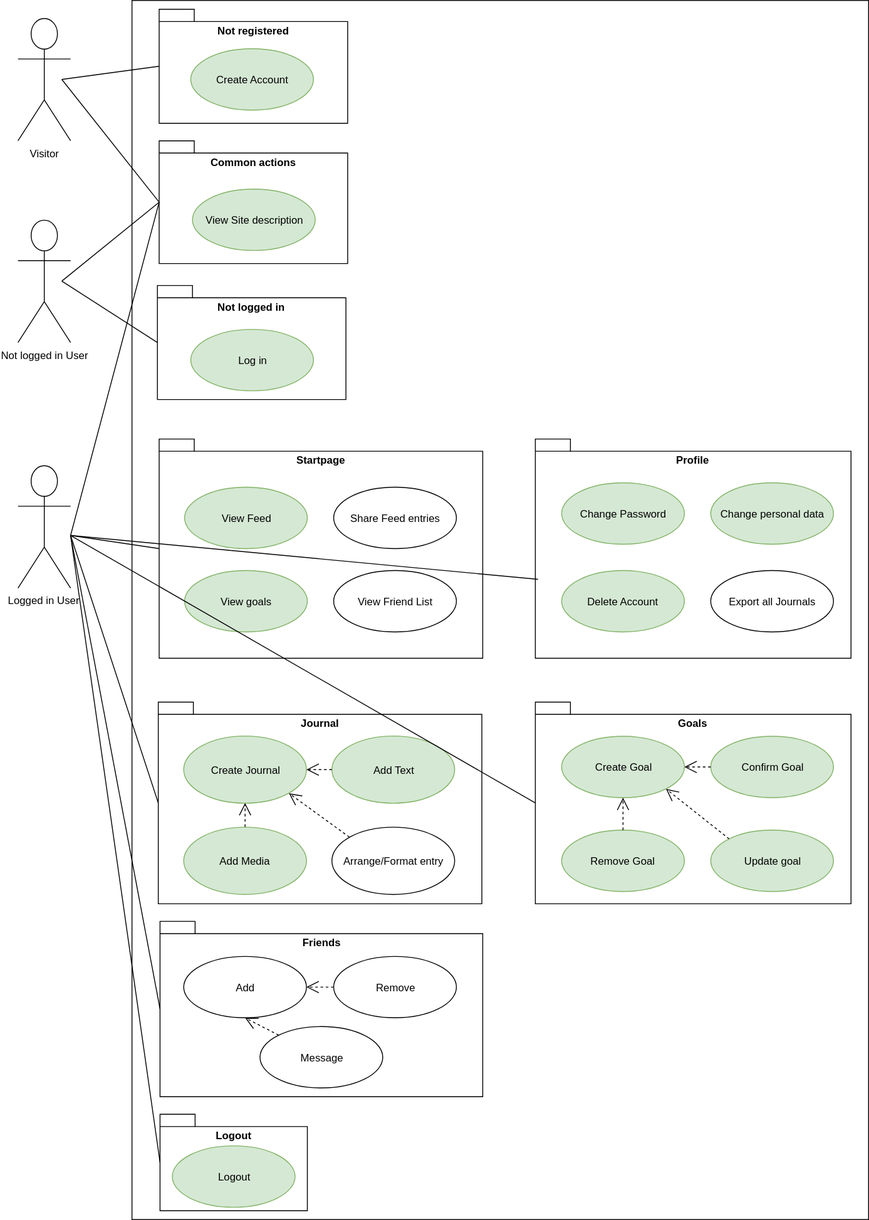
The draw.io diagram documentation/images/UCD.svg in Toaster996/softwareengineering, before a commit. Source tidied: cells renumbered, new cells last; positions are measured from the earlier drawing's top-left corner, leaving out a move shared by most shapes.
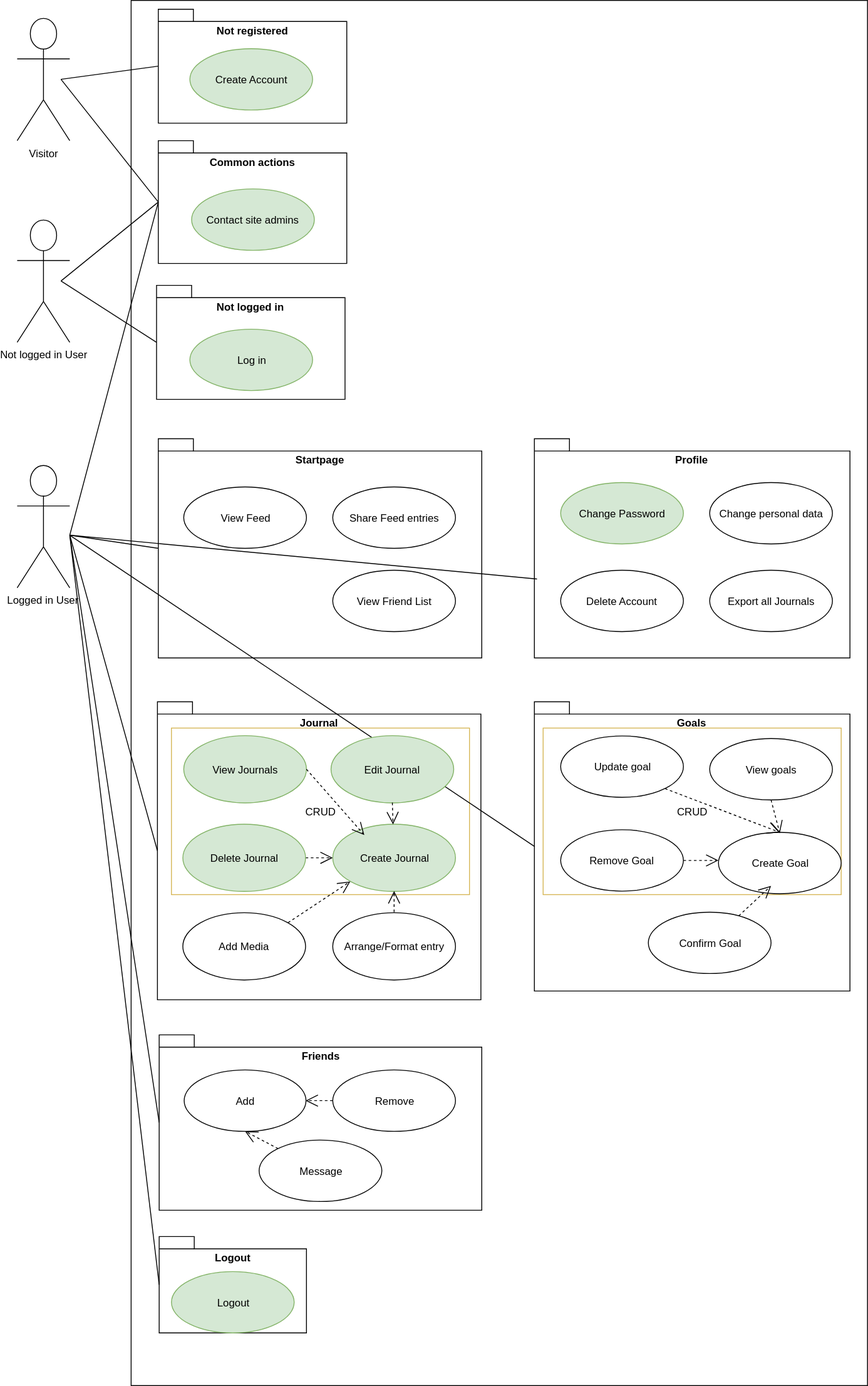
After the change.

What changed in the source:
```diff
@@ -3,8 +3,20 @@
     <mxCell id="0" />
     <mxCell id="1" parent="0" />
     <mxCell id="2" value="&lt;div&gt;&lt;br&gt;&lt;/div&gt;&lt;div&gt;&lt;br&gt;&lt;/div&gt;" style="html=1;" parent="1" vertex="1">
-      <mxGeometry x="130" width="840" height="1390" as="geometry" />
+      <mxGeometry x="130" width="840" height="1580" as="geometry" />
     </mxCell>
+    <mxCell id="33" value="Journal" style="shape=folder;fontStyle=1;spacingTop=10;tabWidth=40;tabHeight=14;tabPosition=left;html=1;verticalAlign=top;" parent="1" vertex="1">
+      <mxGeometry x="160" y="800" width="369" height="340" as="geometry" />
+    </mxCell>
+    <mxCell id="61" value="CRUD" style="rounded=0;whiteSpace=wrap;html=1;fillColor=none;strokeColor=#d6b656;" parent="1" vertex="1">
+      <mxGeometry x="176" y="830" width="340" height="190" as="geometry" />
+    </mxCell>
+    <mxCell id="41" value="Goals" style="shape=folder;fontStyle=1;spacingTop=10;tabWidth=40;tabHeight=14;tabPosition=left;html=1;verticalAlign=top;" parent="1" vertex="1">
+      <mxGeometry x="590" y="800" width="360" height="330" as="geometry" />
+    </mxCell>
+    <mxCell id="62" value="CRUD" style="rounded=0;whiteSpace=wrap;html=1;fillColor=none;strokeColor=#d6b656;" parent="1" vertex="1">
+      <mxGeometry x="600" y="830" width="340" height="190" as="geometry" />
+    </mxCell>
     <mxCell id="3" style="endArrow=none;html=1;entryX=0;entryY=0.5;" parent="1" edge="1" target="16">
       <mxGeometry relative="1" as="geometry">
         <mxPoint x="50" y="320" as="sourcePoint" />
@@ -46,7 +58,7 @@
     <mxCell id="13" value="Common actions" style="shape=folder;fontStyle=1;spacingTop=10;tabWidth=40;tabHeight=14;tabPosition=left;html=1;labelPosition=center;verticalLabelPosition=middle;align=center;verticalAlign=top;" parent="12" vertex="1">
       <mxGeometry width="215" height="140" as="geometry" />
     </mxCell>
-    <mxCell id="14" value="View Site description" style="ellipse;whiteSpace=wrap;html=1;fillColor=#d5e8d4;strokeColor=#82b366;" parent="12" vertex="1">
+    <mxCell id="14" value="Contact site admins" style="ellipse;whiteSpace=wrap;html=1;fillColor=#d5e8d4;strokeColor=#82b366;" parent="12" vertex="1">
       <mxGeometry x="38" y="55" width="140" height="70" as="geometry" />
     </mxCell>
     <mxCell id="15" style="group;" parent="1" vertex="1">
@@ -64,7 +76,7 @@
     <mxCell id="19" value="Startpa&lt;span&gt;ge&lt;/span&gt;" style="shape=folder;fontStyle=1;spacingTop=10;tabWidth=40;tabHeight=14;tabPosition=left;html=1;verticalAlign=top;" parent="1" vertex="1">
       <mxGeometry x="161" y="500" width="369" height="250" as="geometry" />
     </mxCell>
-    <mxCell id="20" value="View Feed" style="ellipse;whiteSpace=wrap;html=1;fillColor=#d5e8d4;strokeColor=#82b366;" parent="1" vertex="1">
+    <mxCell id="20" value="View Feed" style="ellipse;whiteSpace=wrap;html=1;fillColor=#ffffff;strokeColor=#000000;" parent="1" vertex="1">
       <mxGeometry x="190" y="555" width="140" height="70" as="geometry" />
     </mxCell>
     <mxCell id="21" value="Share Feed entries" style="ellipse;whiteSpace=wrap;html=1;" parent="1" vertex="1">
@@ -75,9 +87,6 @@
         <mxPoint x="60" y="610" as="sourcePoint" />
       </mxGeometry>
     </mxCell>
-    <mxCell id="23" value="View goals" style="ellipse;whiteSpace=wrap;html=1;fillColor=#d5e8d4;strokeColor=#82b366;" parent="1" vertex="1">
-      <mxGeometry x="190" y="650" width="140" height="70" as="geometry" />
-    </mxCell>
     <mxCell id="24" value="View Friend List" style="ellipse;whiteSpace=wrap;html=1;" parent="1" vertex="1">
       <mxGeometry x="360" y="650" width="140" height="70" as="geometry" />
     </mxCell>
@@ -92,10 +101,10 @@
     <mxCell id="27" value="Change Password" style="ellipse;whiteSpace=wrap;html=1;fillColor=#d5e8d4;strokeColor=#82b366;" parent="1" vertex="1">
       <mxGeometry x="620" y="550" width="140" height="70" as="geometry" />
     </mxCell>
-    <mxCell id="28" value="Change personal data" style="ellipse;whiteSpace=wrap;html=1;fillColor=#d5e8d4;strokeColor=#82b366;" parent="1" vertex="1">
+    <mxCell id="28" value="Change personal data" style="ellipse;whiteSpace=wrap;html=1;fillColor=#ffffff;strokeColor=#000000;" parent="1" vertex="1">
       <mxGeometry x="790" y="550" width="140" height="70" as="geometry" />
     </mxCell>
-    <mxCell id="29" value="Delete Account" style="ellipse;whiteSpace=wrap;html=1;fillColor=#d5e8d4;strokeColor=#82b366;" parent="1" vertex="1">
+    <mxCell id="29" value="Delete Account" style="ellipse;whiteSpace=wrap;html=1;fillColor=#ffffff;strokeColor=#000000;" parent="1" vertex="1">
       <mxGeometry x="620" y="650" width="140" height="70" as="geometry" />
     </mxCell>
     <mxCell id="30" value="Export all&lt;span&gt;&amp;nbsp;Journals&lt;/span&gt;" style="ellipse;whiteSpace=wrap;html=1;" parent="1" vertex="1">
@@ -106,50 +115,20 @@
         <mxPoint x="60" y="610" as="sourcePoint" />
       </mxGeometry>
     </mxCell>
-    <mxCell id="32" style="group;" parent="1" vertex="1">
-      <mxGeometry x="160" y="800" width="369" height="230" as="geometry" />
-    </mxCell>
-    <mxCell id="33" value="Journal" style="shape=folder;fontStyle=1;spacingTop=10;tabWidth=40;tabHeight=14;tabPosition=left;html=1;verticalAlign=top;" parent="32" vertex="1">
-      <mxGeometry width="369" height="230" as="geometry" />
-    </mxCell>
-    <mxCell id="34" value="Create Journal" style="ellipse;whiteSpace=wrap;html=1;fillColor=#d5e8d4;strokeColor=#82b366;" parent="32" vertex="1">
-      <mxGeometry x="29" y="38.8" width="140" height="76.7" as="geometry" />
-    </mxCell>
-    <mxCell id="35" value="Add Text" style="ellipse;whiteSpace=wrap;html=1;fillColor=#d5e8d4;strokeColor=#82b366;" parent="32" vertex="1">
-      <mxGeometry x="198" y="38.8" width="140" height="76.7" as="geometry" />
-    </mxCell>
-    <mxCell id="36" value="Add Media" style="ellipse;whiteSpace=wrap;html=1;fillColor=#d5e8d4;strokeColor=#82b366;" parent="32" vertex="1">
-      <mxGeometry x="29" y="142.4" width="140" height="76.7" as="geometry" />
-    </mxCell>
-    <mxCell id="37" value="Arrange/Format entry" style="ellipse;whiteSpace=wrap;html=1;" parent="32" vertex="1">
-      <mxGeometry x="198" y="142.4" width="140" height="76.7" as="geometry" />
-    </mxCell>
-    <mxCell id="38" style="endArrow=open;endSize=12;dashed=1;html=1;exitX=0;exitY=0.5;entryX=1;entryY=0.5;" parent="32" edge="1" source="35" target="34">
-      <mxGeometry relative="1" as="geometry" />
-    </mxCell>
-    <mxCell id="39" style="endArrow=open;endSize=12;dashed=1;html=1;entryX=0.5;entryY=1;" parent="32" edge="1" source="36" target="34">
-      <mxGeometry relative="1" as="geometry" />
-    </mxCell>
-    <mxCell id="40" style="endArrow=open;endSize=12;dashed=1;html=1;exitX=0;exitY=0;entryX=1;entryY=1;" parent="32" edge="1" source="37" target="34">
-      <mxGeometry relative="1" as="geometry" />
-    </mxCell>
-    <mxCell id="41" value="Goals" style="shape=folder;fontStyle=1;spacingTop=10;tabWidth=40;tabHeight=14;tabPosition=left;html=1;verticalAlign=top;" parent="1" vertex="1">
-      <mxGeometry x="590" y="800" width="360" height="230" as="geometry" />
-    </mxCell>
-    <mxCell id="42" value="Create Goal" style="ellipse;whiteSpace=wrap;html=1;fillColor=#d5e8d4;strokeColor=#82b366;" parent="1" vertex="1">
-      <mxGeometry x="620" y="839" width="140" height="70" as="geometry" />
+    <mxCell id="42" value="Create Goal" style="ellipse;whiteSpace=wrap;html=1;fillColor=#ffffff;strokeColor=#000000;" parent="1" vertex="1">
+      <mxGeometry x="800" y="949" width="140" height="70" as="geometry" />
     </mxCell>
-    <mxCell id="43" value="Confirm Goal" style="ellipse;whiteSpace=wrap;html=1;fillColor=#d5e8d4;strokeColor=#82b366;" parent="1" vertex="1">
-      <mxGeometry x="790" y="839" width="140" height="70" as="geometry" />
+    <mxCell id="43" value="Confirm Goal" style="ellipse;whiteSpace=wrap;html=1;fillColor=#ffffff;strokeColor=#000000;" parent="1" vertex="1">
+      <mxGeometry x="720" y="1040" width="140" height="70" as="geometry" />
     </mxCell>
-    <mxCell id="44" value="Remove Goal" style="ellipse;whiteSpace=wrap;html=1;fillColor=#d5e8d4;strokeColor=#82b366;" parent="1" vertex="1">
+    <mxCell id="44" value="Remove Goal" style="ellipse;whiteSpace=wrap;html=1;fillColor=#ffffff;strokeColor=#000000;" parent="1" vertex="1">
       <mxGeometry x="620" y="946" width="140" height="70" as="geometry" />
     </mxCell>
-    <mxCell id="45" value="Update goal" style="ellipse;whiteSpace=wrap;html=1;fillColor=#d5e8d4;strokeColor=#82b366;" parent="1" vertex="1">
-      <mxGeometry x="790" y="946" width="140" height="70" as="geometry" />
+    <mxCell id="45" value="Update goal" style="ellipse;whiteSpace=wrap;html=1;fillColor=#ffffff;strokeColor=#000000;" parent="1" vertex="1">
+      <mxGeometry x="620" y="839" width="140" height="70" as="geometry" />
     </mxCell>
     <mxCell id="46" value="Friends" style="shape=folder;fontStyle=1;spacingTop=10;tabWidth=40;tabHeight=14;tabPosition=left;html=1;verticalAlign=top;" parent="1" vertex="1">
-      <mxGeometry x="162" y="1050" width="368" height="200" as="geometry" />
+      <mxGeometry x="162" y="1180" width="368" height="200" as="geometry" />
     </mxCell>
     <mxCell id="47" style="endArrow=none;html=1;entryX=0;entryY=0.5;" parent="1" edge="1" target="41">
       <mxGeometry relative="1" as="geometry">
@@ -167,19 +146,19 @@
       </mxGeometry>
     </mxCell>
     <mxCell id="50" value="Add" style="ellipse;whiteSpace=wrap;html=1;" parent="1" vertex="1">
-      <mxGeometry x="189" y="1090" width="140" height="70" as="geometry" />
+      <mxGeometry x="190" y="1220" width="139" height="70" as="geometry" />
     </mxCell>
     <mxCell id="51" value="Remove" style="ellipse;whiteSpace=wrap;html=1;" parent="1" vertex="1">
-      <mxGeometry x="360" y="1090" width="140" height="70" as="geometry" />
+      <mxGeometry x="360" y="1220" width="140" height="70" as="geometry" />
     </mxCell>
     <mxCell id="52" value="Message" style="ellipse;whiteSpace=wrap;html=1;" parent="1" vertex="1">
-      <mxGeometry x="276" y="1170" width="140" height="70" as="geometry" />
+      <mxGeometry x="276" y="1300" width="140" height="70" as="geometry" />
     </mxCell>
     <mxCell id="53" value="Logout" style="shape=folder;fontStyle=1;spacingTop=10;tabWidth=40;tabHeight=14;tabPosition=left;html=1;verticalAlign=top;" parent="1" vertex="1">
-      <mxGeometry x="162" y="1270" width="168" height="110" as="geometry" />
+      <mxGeometry x="162" y="1410" width="168" height="110" as="geometry" />
     </mxCell>
     <mxCell id="54" value="Logout" style="ellipse;whiteSpace=wrap;html=1;fillColor=#d5e8d4;strokeColor=#82b366;" parent="1" vertex="1">
-      <mxGeometry x="176" y="1305.6" width="140" height="70" as="geometry" />
+      <mxGeometry x="176" y="1449.6" width="140" height="70" as="geometry" />
     </mxCell>
     <mxCell id="55" style="endArrow=open;endSize=12;dashed=1;html=1;entryX=1;entryY=0.5;" parent="1" edge="1" source="51" target="50">
       <mxGeometry relative="1" as="geometry" />
@@ -192,14 +171,59 @@
     <mxCell id="57" style="endArrow=open;endSize=12;dashed=1;html=1;entryX=0.5;entryY=1;" parent="1" edge="1" source="52" target="50">
       <mxGeometry relative="1" as="geometry" />
     </mxCell>
-    <mxCell id="58" style="endArrow=open;endSize=12;dashed=1;html=1;exitX=0.5;exitY=0;entryX=0.5;entryY=1;" parent="1" edge="1" source="44" target="42">
-      <mxGeometry relative="1" as="geometry" />
+    <mxCell id="58" style="endArrow=open;endSize=12;dashed=1;html=1;exitX=1;exitY=0.5;" parent="1" edge="1" source="44">
+      <mxGeometry relative="1" as="geometry">
+        <mxPoint x="800" y="981" as="targetPoint" />
+      </mxGeometry>
     </mxCell>
-    <mxCell id="59" style="endArrow=open;endSize=12;dashed=1;html=1;entryX=1;entryY=0.5;" parent="1" edge="1" source="43" target="42">
-      <mxGeometry relative="1" as="geometry" />
+    <mxCell id="59" style="endArrow=open;endSize=12;dashed=1;html=1;" parent="1" edge="1" source="43">
+      <mxGeometry relative="1" as="geometry">
+        <mxPoint x="860" y="1010" as="targetPoint" />
+      </mxGeometry>
     </mxCell>
-    <mxCell id="60" style="endArrow=open;endSize=12;dashed=1;html=1;exitX=0;exitY=0;entryX=1;entryY=1;" parent="1" edge="1" source="45" target="42">
+    <mxCell id="60" style="endArrow=open;endSize=12;dashed=1;html=1;exitX=1;exitY=1;entryX=0.5;entryY=0;" parent="1" edge="1" source="45" target="42">
       <mxGeometry relative="1" as="geometry" />
     </mxCell>
+    <mxCell id="23" value="View goals" style="ellipse;whiteSpace=wrap;html=1;fillColor=#ffffff;strokeColor=#000000;" parent="1" vertex="1">
+      <mxGeometry x="790" y="842" width="140" height="70" as="geometry" />
+    </mxCell>
+    <mxCell id="63" style="endArrow=open;endSize=12;dashed=1;html=1;exitX=0.5;exitY=1;" parent="1" edge="1" source="23">
+      <mxGeometry relative="1" as="geometry">
+        <mxPoint x="870" y="950" as="targetPoint" />
+      </mxGeometry>
+    </mxCell>
+    <mxCell id="34" value="Create Journal" style="ellipse;whiteSpace=wrap;html=1;fillColor=#d5e8d4;strokeColor=#82b366;" parent="1" vertex="1">
+      <mxGeometry x="360" y="939.8" width="140" height="76.7" as="geometry" />
+    </mxCell>
+    <mxCell id="35" value="Edit Journal" style="ellipse;whiteSpace=wrap;html=1;fillColor=#d5e8d4;strokeColor=#82b366;" parent="1" vertex="1">
+      <mxGeometry x="358" y="838.8" width="140" height="76.7" as="geometry" />
+    </mxCell>
+    <mxCell id="36" value="Add Media" style="ellipse;whiteSpace=wrap;html=1;fillColor=#ffffff;strokeColor=#000000;" parent="1" vertex="1">
+      <mxGeometry x="189" y="1040.4" width="140" height="76.7" as="geometry" />
+    </mxCell>
+    <mxCell id="37" value="Arrange/Format entry" style="ellipse;whiteSpace=wrap;html=1;" parent="1" vertex="1">
+      <mxGeometry x="360" y="1040.4" width="140" height="76.7" as="geometry" />
+    </mxCell>
+    <mxCell id="38" style="endArrow=open;endSize=12;dashed=1;html=1;exitX=0.5;exitY=1;" parent="1" edge="1" source="35" target="34">
+      <mxGeometry relative="1" as="geometry" />
+    </mxCell>
+    <mxCell id="39" style="endArrow=open;endSize=12;dashed=1;html=1;entryX=0;entryY=0.5;exitX=1;exitY=0.5;" parent="1" edge="1" source="65" target="34">
+      <mxGeometry relative="1" as="geometry" />
+    </mxCell>
+    <mxCell id="40" style="endArrow=open;endSize=12;dashed=1;html=1;exitX=0.5;exitY=0;entryX=0.5;entryY=1;" parent="1" edge="1" source="37" target="34">
+      <mxGeometry relative="1" as="geometry" />
+    </mxCell>
+    <mxCell id="64" value="View Journals" style="ellipse;whiteSpace=wrap;html=1;fillColor=#d5e8d4;strokeColor=#82b366;" parent="1" vertex="1">
+      <mxGeometry x="190" y="838.8" width="140" height="76.7" as="geometry" />
+    </mxCell>
+    <mxCell id="65" value="Delete Journal" style="ellipse;whiteSpace=wrap;html=1;fillColor=#d5e8d4;strokeColor=#82b366;" parent="1" vertex="1">
+      <mxGeometry x="189" y="939.8" width="140" height="76.7" as="geometry" />
+    </mxCell>
+    <mxCell id="66" style="endArrow=open;endSize=12;dashed=1;html=1;entryX=0;entryY=1;exitX=1;exitY=0;" parent="1" edge="1" source="36" target="34">
+      <mxGeometry relative="1" as="geometry" />
+    </mxCell>
+    <mxCell id="67" style="endArrow=open;endSize=12;dashed=1;html=1;exitX=1;exitY=0.5;entryX=0.254;entryY=0.16;entryPerimeter=0;" parent="1" edge="1" source="64" target="34">
+      <mxGeometry relative="1" as="geometry" />
+    </mxCell>
   </root>
 </mxGraphModel>
```
